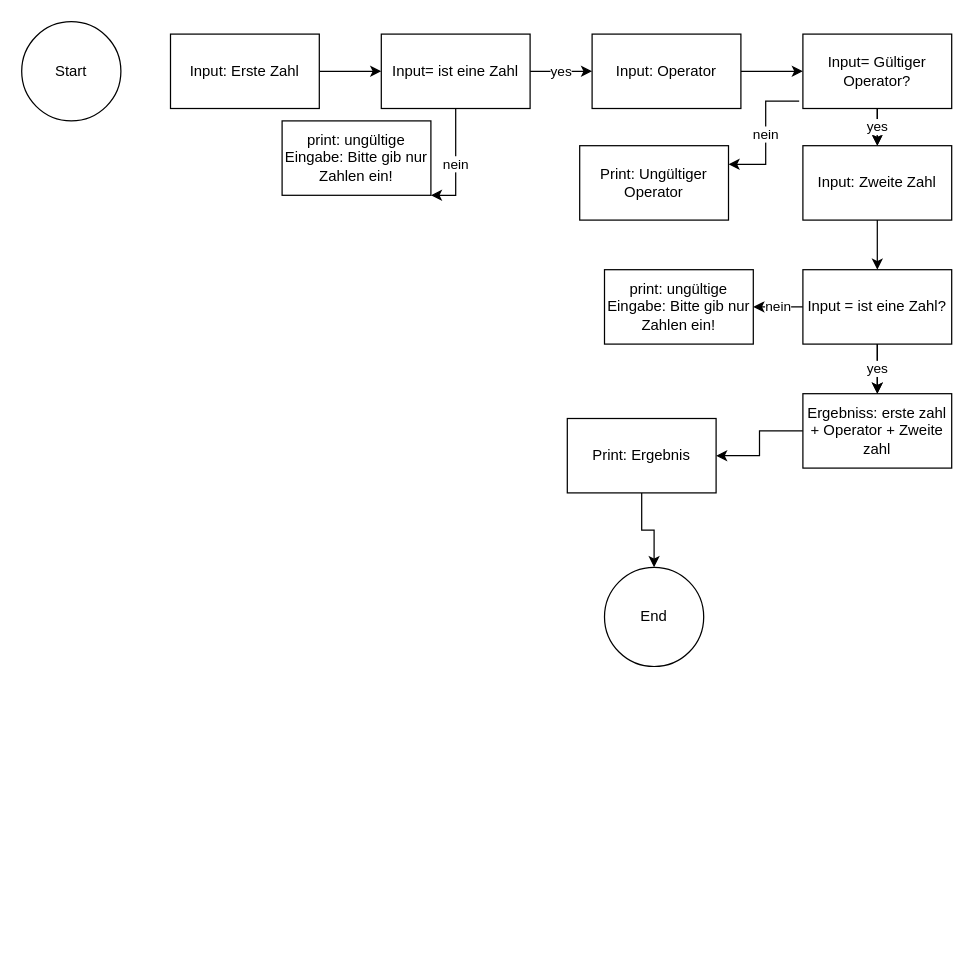
The draw.io diagram docs/Taschenrechner.drawio in GlebKozlutin/Python, before the edit. Source tidied: cells renumbered, new cells numbered last; positions are measured from the earlier drawing's top-left corner, leaving out a move shared by most shapes. Both pictures are drawn from the tidied source at 124%, with x=0, y=0 at pixel (21, 21).
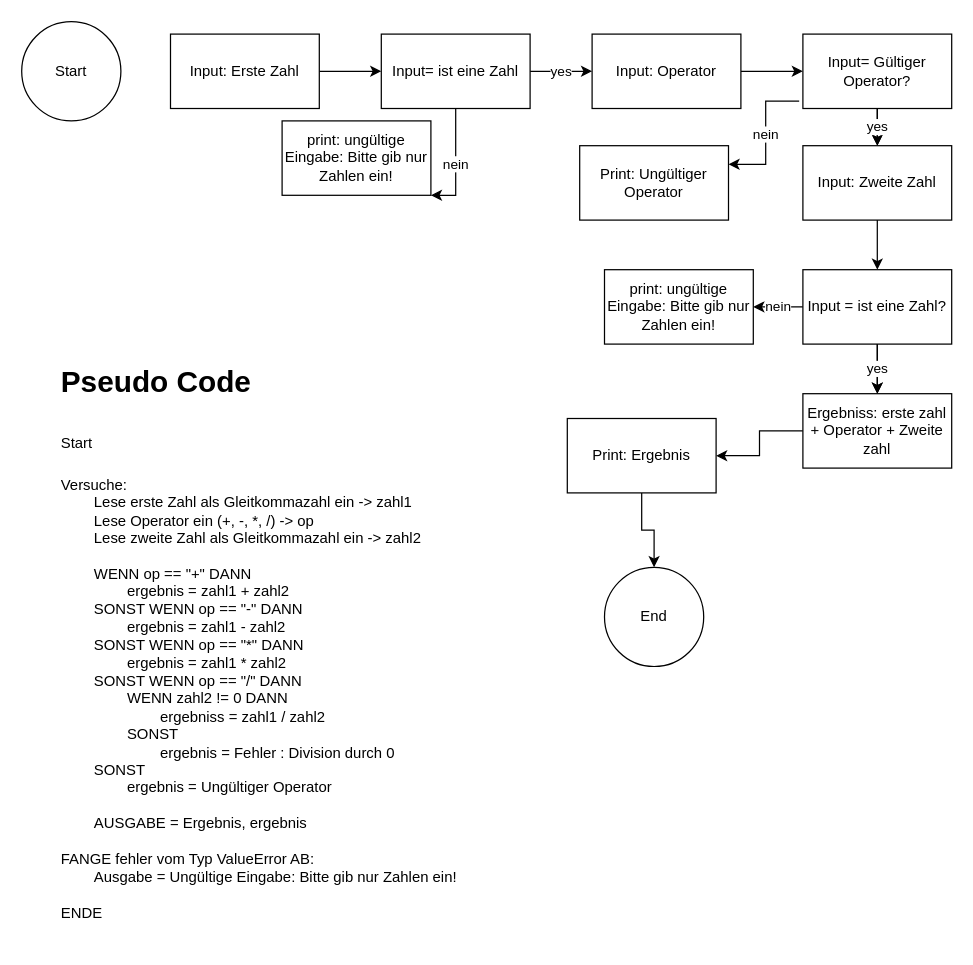
Above is the later version.

What changed in the source:
```diff
@@
+    <mxCell id="28" value="&lt;h1 style=&quot;margin-top: 0px;&quot;&gt;&lt;span style=&quot;background-color: transparent; color: light-dark(rgb(0, 0, 0), rgb(255, 255, 255));&quot;&gt;Pseudo Code&lt;/span&gt;&lt;/h1&gt;&lt;h1 style=&quot;margin-top: 0px;&quot;&gt;&lt;span style=&quot;font-size: 12px; font-weight: 400;&quot;&gt;Start&lt;/span&gt;&lt;/h1&gt;&lt;div&gt;&lt;span style=&quot;font-size: 12px; font-weight: 400;&quot;&gt;Versuche:&lt;/span&gt;&lt;/div&gt;&lt;div&gt;&lt;span style=&quot;font-size: 12px; font-weight: 400;&quot;&gt;&lt;span style=&quot;white-space: pre;&quot;&gt;&#9;&lt;/span&gt;Lese erste Zahl als Gleitkommazahl ein -&amp;gt; zahl1&lt;br&gt;&lt;/span&gt;&lt;/div&gt;&lt;div&gt;&lt;span style=&quot;font-size: 12px; font-weight: 400;&quot;&gt;&lt;span style=&quot;white-space: pre;&quot;&gt;&#9;&lt;/span&gt;Lese Operator ein (+, -, *, /) -&amp;gt; op&lt;br&gt;&lt;/span&gt;&lt;/div&gt;&lt;div&gt;&lt;span style=&quot;font-size: 12px; font-weight: 400;&quot;&gt;&lt;span style=&quot;white-space: pre;&quot;&gt;&#9;&lt;/span&gt;Lese zweite Zahl als Gleitkommazahl ein -&amp;gt; zahl2&lt;br&gt;&lt;/span&gt;&lt;/div&gt;&lt;div&gt;&lt;span style=&quot;font-size: 12px; font-weight: 400;&quot;&gt;&lt;br&gt;&lt;/span&gt;&lt;/div&gt;&lt;div&gt;&lt;span style=&quot;font-size: 12px; font-weight: 400;&quot;&gt;&lt;span style=&quot;white-space: pre;&quot;&gt;&#9;&lt;/span&gt;WENN op == &quot;+&quot; DANN&lt;br&gt;&lt;/span&gt;&lt;/div&gt;&lt;div&gt;&lt;span style=&quot;font-size: 12px; font-weight: 400;&quot;&gt;&lt;span style=&quot;white-space: pre;&quot;&gt;&#9;&lt;/span&gt;&lt;span style=&quot;white-space: pre;&quot;&gt;&#9;&lt;/span&gt;ergebnis = zahl1 + zahl2&lt;br&gt;&lt;/span&gt;&lt;/div&gt;&lt;div&gt;&lt;span style=&quot;font-size: 12px; font-weight: 400;&quot;&gt;&lt;span style=&quot;white-space: pre;&quot;&gt;&#9;&lt;/span&gt;SONST WENN op == &quot;-&quot; DANN&lt;br&gt;&lt;/span&gt;&lt;/div&gt;&lt;div&gt;&lt;span style=&quot;font-size: 12px; font-weight: 400;&quot;&gt;&lt;span style=&quot;white-space: pre;&quot;&gt;&#9;&lt;/span&gt;&lt;span style=&quot;white-space: pre;&quot;&gt;&#9;&lt;/span&gt;ergebnis = zahl1 - zahl2&lt;br&gt;&lt;/span&gt;&lt;/div&gt;&lt;div&gt;&lt;span style=&quot;font-size: 12px; font-weight: 400;&quot;&gt;&lt;span style=&quot;white-space: pre;&quot;&gt;&#9;&lt;/span&gt;SONST WENN op == &quot;*&quot; DANN&lt;br&gt;&lt;/span&gt;&lt;/div&gt;&lt;div&gt;&lt;span style=&quot;font-size: 12px; font-weight: 400;&quot;&gt;&lt;span style=&quot;white-space: pre;&quot;&gt;&#9;&lt;/span&gt;&lt;span style=&quot;white-space: pre;&quot;&gt;&#9;&lt;/span&gt;ergebnis = zahl1 * zahl2&lt;br&gt;&lt;/span&gt;&lt;/div&gt;&lt;div&gt;&lt;span style=&quot;font-size: 12px; font-weight: 400;&quot;&gt;&lt;span style=&quot;white-space: pre;&quot;&gt;&#9;&lt;/span&gt;SONST WENN op == &quot;/&quot; DANN&lt;br&gt;&lt;/span&gt;&lt;/div&gt;&lt;div&gt;&lt;span style=&quot;font-size: 12px; font-weight: 400;&quot;&gt;&lt;span style=&quot;white-space: pre;&quot;&gt;&#9;&lt;/span&gt;&lt;span style=&quot;white-space: pre;&quot;&gt;&#9;&lt;/span&gt;WENN zahl2 != 0 DANN&lt;br&gt;&lt;/span&gt;&lt;/div&gt;&lt;div&gt;&lt;span style=&quot;font-size: 12px; font-weight: 400;&quot;&gt;&lt;span style=&quot;white-space: pre;&quot;&gt;&#9;&lt;/span&gt;&lt;span style=&quot;white-space: pre;&quot;&gt;&#9;&lt;/span&gt;&lt;span style=&quot;white-space: pre;&quot;&gt;&#9;&lt;/span&gt;ergebniss = zahl1 / zahl2&lt;br&gt;&lt;/span&gt;&lt;/div&gt;&lt;div&gt;&lt;span style=&quot;font-size: 12px; font-weight: 400;&quot;&gt;&lt;span style=&quot;white-space: pre;&quot;&gt;&#9;&lt;/span&gt;&lt;span style=&quot;white-space: pre;&quot;&gt;&#9;&lt;/span&gt;SONST&lt;br&gt;&lt;/span&gt;&lt;/div&gt;&lt;div&gt;&lt;span style=&quot;font-size: 12px; font-weight: 400;&quot;&gt;&lt;span style=&quot;white-space: pre;&quot;&gt;&#9;&lt;/span&gt;&lt;span style=&quot;white-space: pre;&quot;&gt;&#9;&lt;/span&gt;&lt;span style=&quot;white-space: pre;&quot;&gt;&#9;&lt;/span&gt;ergebnis = Fehler : Division durch 0&lt;br&gt;&lt;/span&gt;&lt;/div&gt;&lt;div&gt;&lt;span style=&quot;font-size: 12px; font-weight: 400;&quot;&gt;&lt;span style=&quot;white-space: pre;&quot;&gt;&#9;&lt;/span&gt;SONST&lt;br&gt;&lt;/span&gt;&lt;/div&gt;&lt;div&gt;&lt;span style=&quot;font-size: 12px; font-weight: 400;&quot;&gt;&lt;span style=&quot;white-space: pre;&quot;&gt;&#9;&lt;/span&gt;&lt;span style=&quot;white-space: pre;&quot;&gt;&#9;&lt;/span&gt;ergebnis = Ungültiger Operator&lt;br&gt;&lt;/span&gt;&lt;/div&gt;&lt;div&gt;&lt;span style=&quot;font-size: 12px; font-weight: 400;&quot;&gt;&lt;br&gt;&lt;/span&gt;&lt;/div&gt;&lt;div&gt;&lt;span style=&quot;font-size: 12px; font-weight: 400;&quot;&gt;&lt;span style=&quot;white-space: pre;&quot;&gt;&#9;&lt;/span&gt;AUSGABE = Ergebnis, ergebnis&lt;br&gt;&lt;/span&gt;&lt;/div&gt;&lt;div&gt;&lt;span style=&quot;font-size: 12px; font-weight: 400;&quot;&gt;&lt;br&gt;&lt;/span&gt;&lt;/div&gt;&lt;div&gt;&lt;span style=&quot;font-size: 12px; font-weight: 400;&quot;&gt;FANGE fehler vom Typ ValueError AB:&lt;/span&gt;&lt;/div&gt;&lt;div&gt;&lt;span style=&quot;font-size: 12px; font-weight: 400;&quot;&gt;&lt;span style=&quot;white-space: pre;&quot;&gt;&#9;&lt;/span&gt;Ausgabe = Ungültige Eingabe: Bitte gib nur Zahlen ein!&lt;br&gt;&lt;/span&gt;&lt;/div&gt;&lt;div&gt;&lt;span style=&quot;font-size: 12px; font-weight: 400;&quot;&gt;&lt;br&gt;&lt;/span&gt;&lt;/div&gt;&lt;div&gt;&lt;span style=&quot;font-size: 12px; font-weight: 400;&quot;&gt;ENDE&lt;/span&gt;&lt;/div&gt;" style="text;html=1;whiteSpace=wrap;overflow=hidden;rounded=0;" parent="1" vertex="1">
+      <mxGeometry x="30" y="270" width="370" height="470" as="geometry" />
+    </mxCell>
```
